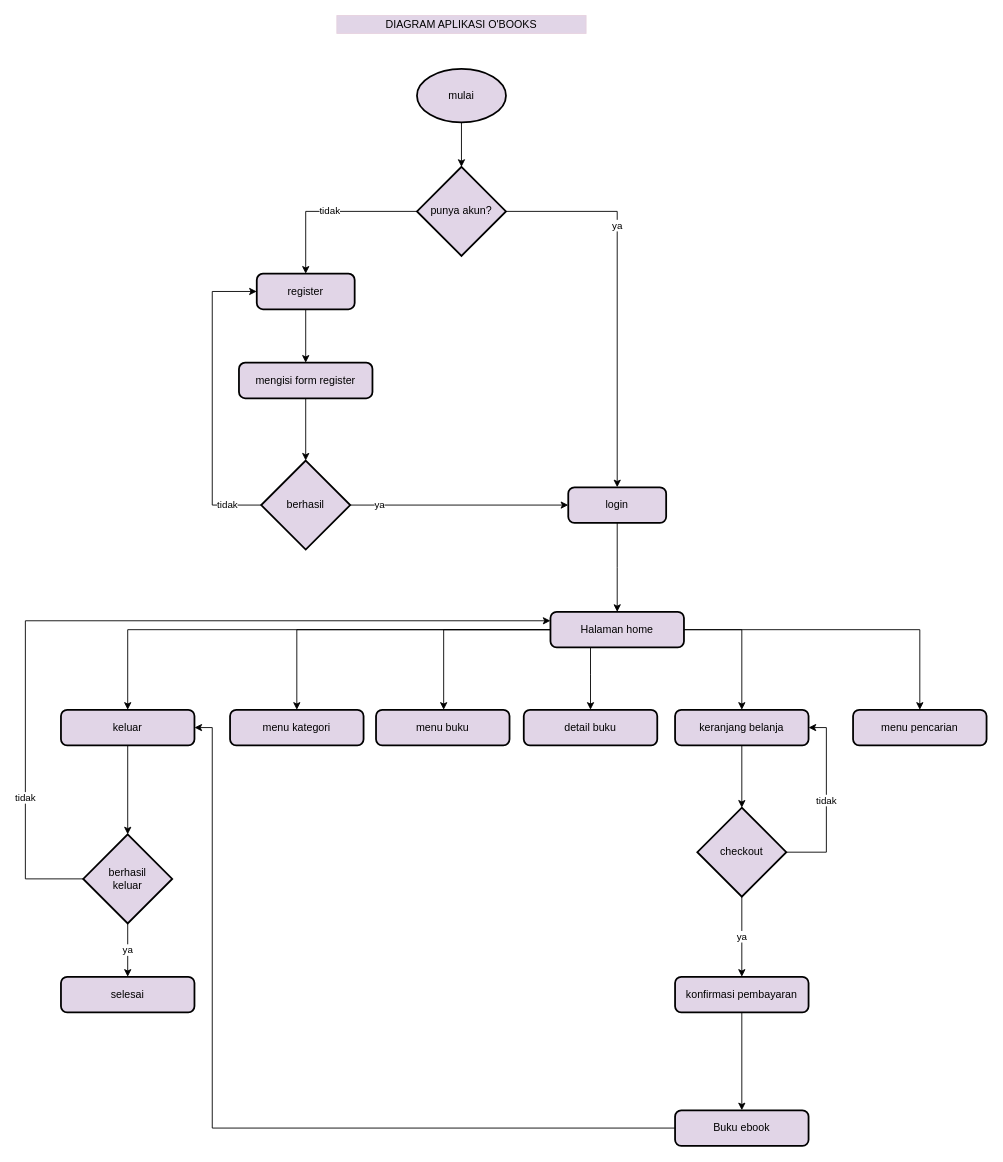
Before: Untitled Diagram.drawio in inanur-ast/bismillah, a draw.io diagram. Source tidied: cells renumbered, new cells numbered last; positions are measured from the earlier drawing's top-left corner, leaving out a move shared by most shapes. Both pictures are drawn from the tidied source at 89%, with x=0, y=0 at pixel (25, 15).
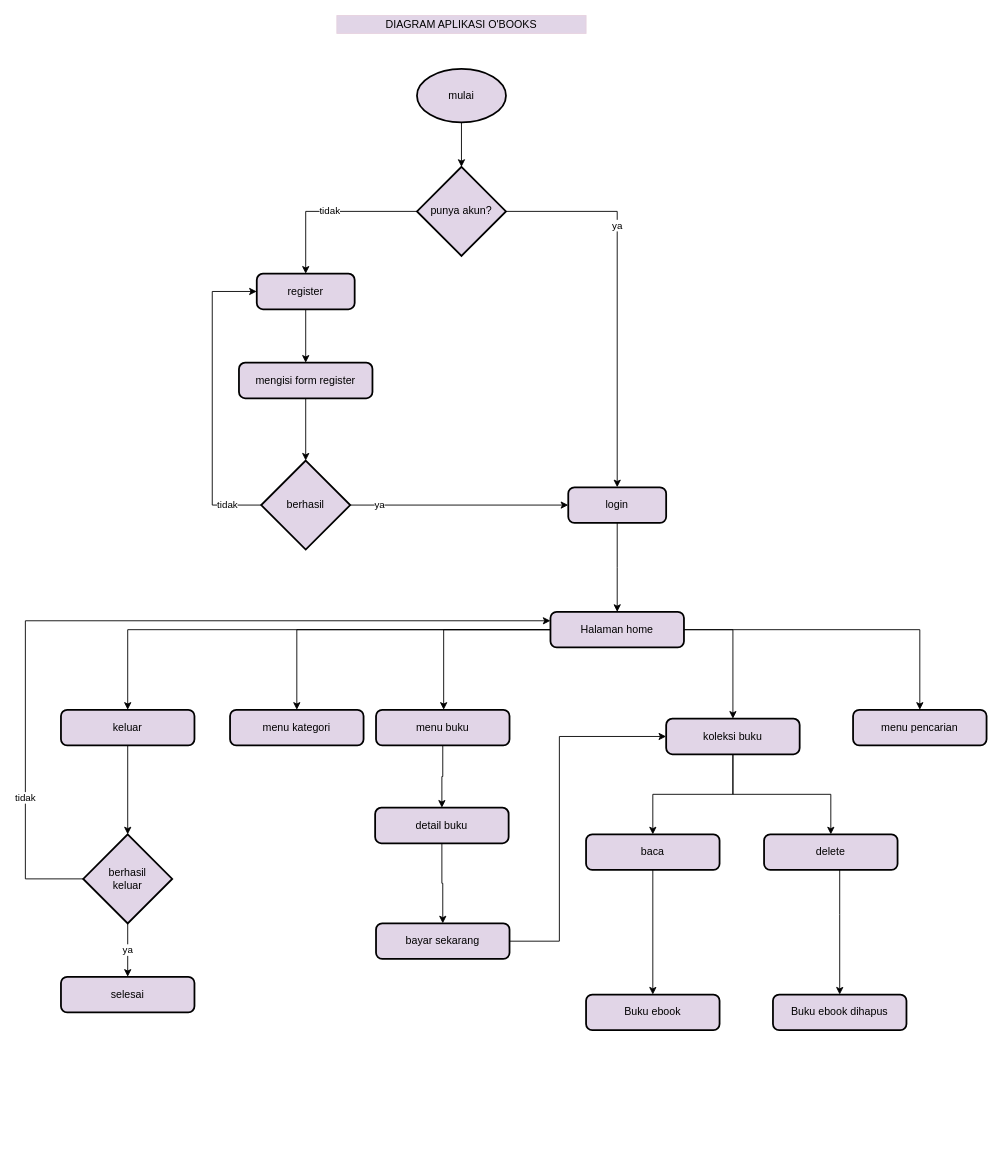
Above is the later version.

The change refers to these unchanged cells:
```xml
<mxCell id="23" value="Halaman home " style="rounded=1;whiteSpace=wrap;html=1;absoluteArcSize=1;arcSize=14;strokeWidth=2;fillColor=#E1D5E7;" parent="1" vertex="1">
  <mxGeometry x="590" y="670" width="150" height="40" as="geometry" />
</mxCell>
<mxCell id="25" value="menu buku" style="rounded=1;whiteSpace=wrap;html=1;absoluteArcSize=1;arcSize=14;strokeWidth=2;fillColor=#E1D5E7;" parent="1" vertex="1">
  <mxGeometry x="394" y="780" width="150" height="40" as="geometry" />
</mxCell>
<mxCell id="36" value="keluar" style="rounded=1;whiteSpace=wrap;html=1;absoluteArcSize=1;arcSize=14;strokeWidth=2;fillColor=#E1D5E7;" parent="1" vertex="1">
  <mxGeometry x="40" y="780" width="150" height="40" as="geometry" />
</mxCell>
```

The edit, as a diff of the source:
```diff
@@
-    <mxCell id="19" style="edgeStyle=orthogonalEdgeStyle;rounded=0;jettySize=auto;html=1;" parent="1" edge="1" source="23" target="29">
-      <mxGeometry relative="1" as="geometry">
-        <Array as="points">
-          <mxPoint x="635" y="740" />
-          <mxPoint x="635" y="740" />
-        </Array>
-      </mxGeometry>
-    </mxCell>
-    <mxCell id="20" style="edgeStyle=orthogonalEdgeStyle;rounded=0;jettySize=auto;html=1;" parent="1" edge="1" source="23" target="27">
-      <mxGeometry relative="1" as="geometry">
-        <Array as="points">
-          <mxPoint x="805" y="690" />
-        </Array>
-      </mxGeometry>
-    </mxCell>
@@
     <mxCell id="22" style="edgeStyle=orthogonalEdgeStyle;rounded=0;jettySize=auto;html=1;" parent="1" edge="1" source="23" target="36">
-      <mxGeometry relative="1" as="geometry" />
+      <mxGeometry relative="1" as="geometry">
+        <Array as="points">
+          <mxPoint x="115" y="690" />
+        </Array>
+      </mxGeometry>
     </mxCell>
+    <mxCell id="43" style="edgeStyle=orthogonalEdgeStyle;rounded=0;jettySize=auto;html=1;entryX=0.5;entryY=0;entryDx=0;entryDy=0;" parent="1" edge="1" source="23" target="50">
+      <mxGeometry relative="1" as="geometry">
+        <Array as="points">
+          <mxPoint x="795" y="690" />
+        </Array>
+      </mxGeometry>
+    </mxCell>
@@
+    <mxCell id="44" style="edgeStyle=orthogonalEdgeStyle;rounded=0;jettySize=auto;html=1;entryX=0.5;entryY=0;entryDx=0;entryDy=0;" parent="1" edge="1" source="25" target="29">
+      <mxGeometry relative="1" as="geometry" />
+    </mxCell>
@@
-    <mxCell id="26" style="edgeStyle=orthogonalEdgeStyle;rounded=0;jettySize=auto;html=1;entryX=0.5;entryY=0;entryDx=0;entryDy=0;entryPerimeter=0;" parent="1" edge="1" source="27" target="32">
-      <mxGeometry relative="1" as="geometry" />
-    </mxCell>
-    <mxCell id="27" value="keranjang belanja" style="rounded=1;whiteSpace=wrap;html=1;absoluteArcSize=1;arcSize=14;strokeWidth=2;fillColor=#E1D5E7;" parent="1" vertex="1">
-      <mxGeometry x="730" y="780" width="150" height="40" as="geometry" />
-    </mxCell>
@@
+    <mxCell id="45" style="edgeStyle=orthogonalEdgeStyle;rounded=0;jettySize=auto;html=1;" parent="1" edge="1" source="29" target="47">
+      <mxGeometry relative="1" as="geometry" />
+    </mxCell>
     <mxCell id="29" value="detail buku" style="rounded=1;whiteSpace=wrap;html=1;absoluteArcSize=1;arcSize=14;strokeWidth=2;fillColor=#E1D5E7;" parent="1" vertex="1">
-      <mxGeometry x="560" y="780" width="150" height="40" as="geometry" />
+      <mxGeometry x="393" y="890" width="150" height="40" as="geometry" />
     </mxCell>
-    <mxCell id="30" value="tidak" style="edgeStyle=orthogonalEdgeStyle;rounded=0;jettySize=auto;html=1;entryX=1;entryY=0.5;entryDx=0;entryDy=0;" parent="1" edge="1" source="32" target="27">
-      <mxGeometry relative="1" as="geometry">
-        <Array as="points">
-          <mxPoint x="900" y="940" />
-          <mxPoint x="900" y="800" />
-        </Array>
-      </mxGeometry>
-    </mxCell>
-    <mxCell id="31" value="ya" style="edgeStyle=orthogonalEdgeStyle;rounded=0;jettySize=auto;html=1;entryX=0.5;entryY=0;entryDx=0;entryDy=0;" parent="1" edge="1" source="32" target="34">
-      <mxGeometry relative="1" as="geometry" />
-    </mxCell>
-    <mxCell id="32" value="checkout" style="strokeWidth=2;html=1;shape=mxgraph.flowchart.decision;whiteSpace=wrap;fillColor=#E1D5E7;" parent="1" vertex="1">
-      <mxGeometry x="755" y="890" width="100" height="100" as="geometry" />
-    </mxCell>
-    <mxCell id="33" style="edgeStyle=orthogonalEdgeStyle;rounded=0;jettySize=auto;html=1;entryX=0.5;entryY=0;entryDx=0;entryDy=0;" parent="1" edge="1" source="34" target="42">
-      <mxGeometry relative="1" as="geometry" />
-    </mxCell>
-    <mxCell id="34" value="konfirmasi pembayaran" style="rounded=1;whiteSpace=wrap;html=1;absoluteArcSize=1;arcSize=14;strokeWidth=2;fillColor=#E1D5E7;" parent="1" vertex="1">
-      <mxGeometry x="730" y="1080" width="150" height="40" as="geometry" />
-    </mxCell>
@@
-    <mxCell id="41" style="edgeStyle=orthogonalEdgeStyle;rounded=0;jettySize=auto;html=1;" parent="1" edge="1" source="42" target="36">
-      <mxGeometry relative="1" as="geometry">
-        <Array as="points">
-          <mxPoint x="210" y="1250" />
-          <mxPoint x="210" y="800" />
-        </Array>
-      </mxGeometry>
-    </mxCell>
     <mxCell id="42" value="Buku ebook" style="rounded=1;whiteSpace=wrap;html=1;absoluteArcSize=1;arcSize=14;strokeWidth=2;fillColor=#E1D5E7;" parent="1" vertex="1">
-      <mxGeometry x="730" y="1230" width="150" height="40" as="geometry" />
+      <mxGeometry x="630" y="1100" width="150" height="40" as="geometry" />
     </mxCell>
+    <mxCell id="46" style="edgeStyle=orthogonalEdgeStyle;rounded=0;jettySize=auto;html=1;" parent="1" edge="1" source="47" target="50">
+      <mxGeometry relative="1" as="geometry">
+        <Array as="points">
+          <mxPoint x="600" y="1040" />
+          <mxPoint x="600" y="810" />
+        </Array>
+      </mxGeometry>
+    </mxCell>
+    <mxCell id="47" value="bayar sekarang" style="rounded=1;whiteSpace=wrap;html=1;absoluteArcSize=1;arcSize=14;strokeWidth=2;fillColor=#E1D5E7;" parent="1" vertex="1">
+      <mxGeometry x="394" y="1020" width="150" height="40" as="geometry" />
+    </mxCell>
+    <mxCell id="48" style="edgeStyle=orthogonalEdgeStyle;rounded=0;jettySize=auto;html=1;entryX=0.5;entryY=0;entryDx=0;entryDy=0;" parent="1" edge="1" source="50" target="52">
+      <mxGeometry relative="1" as="geometry" />
+    </mxCell>
+    <mxCell id="49" style="edgeStyle=orthogonalEdgeStyle;rounded=0;jettySize=auto;html=1;entryX=0.5;entryY=0;entryDx=0;entryDy=0;" parent="1" edge="1" source="50" target="54">
+      <mxGeometry relative="1" as="geometry" />
+    </mxCell>
+    <mxCell id="50" value="koleksi buku" style="rounded=1;whiteSpace=wrap;html=1;absoluteArcSize=1;arcSize=14;strokeWidth=2;fillColor=#E1D5E7;" parent="1" vertex="1">
+      <mxGeometry x="720" y="790" width="150" height="40" as="geometry" />
+    </mxCell>
+    <mxCell id="51" style="edgeStyle=orthogonalEdgeStyle;rounded=0;jettySize=auto;html=1;entryX=0.5;entryY=0;entryDx=0;entryDy=0;" parent="1" edge="1" source="52" target="42">
+      <mxGeometry relative="1" as="geometry" />
+    </mxCell>
+    <mxCell id="52" value="baca" style="rounded=1;whiteSpace=wrap;html=1;absoluteArcSize=1;arcSize=14;strokeWidth=2;fillColor=#E1D5E7;" parent="1" vertex="1">
+      <mxGeometry x="630" y="920" width="150" height="40" as="geometry" />
+    </mxCell>
+    <mxCell id="53" style="edgeStyle=orthogonalEdgeStyle;rounded=0;jettySize=auto;html=1;entryX=0.5;entryY=0;entryDx=0;entryDy=0;" parent="1" edge="1" source="54" target="55">
+      <mxGeometry relative="1" as="geometry">
+        <Array as="points">
+          <mxPoint x="915" y="1010" />
+          <mxPoint x="915" y="1010" />
+        </Array>
+      </mxGeometry>
+    </mxCell>
+    <mxCell id="54" value="delete" style="rounded=1;whiteSpace=wrap;html=1;absoluteArcSize=1;arcSize=14;strokeWidth=2;fillColor=#E1D5E7;" parent="1" vertex="1">
+      <mxGeometry x="830" y="920" width="150" height="40" as="geometry" />
+    </mxCell>
+    <mxCell id="55" value="Buku ebook dihapus" style="rounded=1;whiteSpace=wrap;html=1;absoluteArcSize=1;arcSize=14;strokeWidth=2;fillColor=#E1D5E7;" parent="1" vertex="1">
+      <mxGeometry x="840" y="1100" width="150" height="40" as="geometry" />
+    </mxCell>
```
